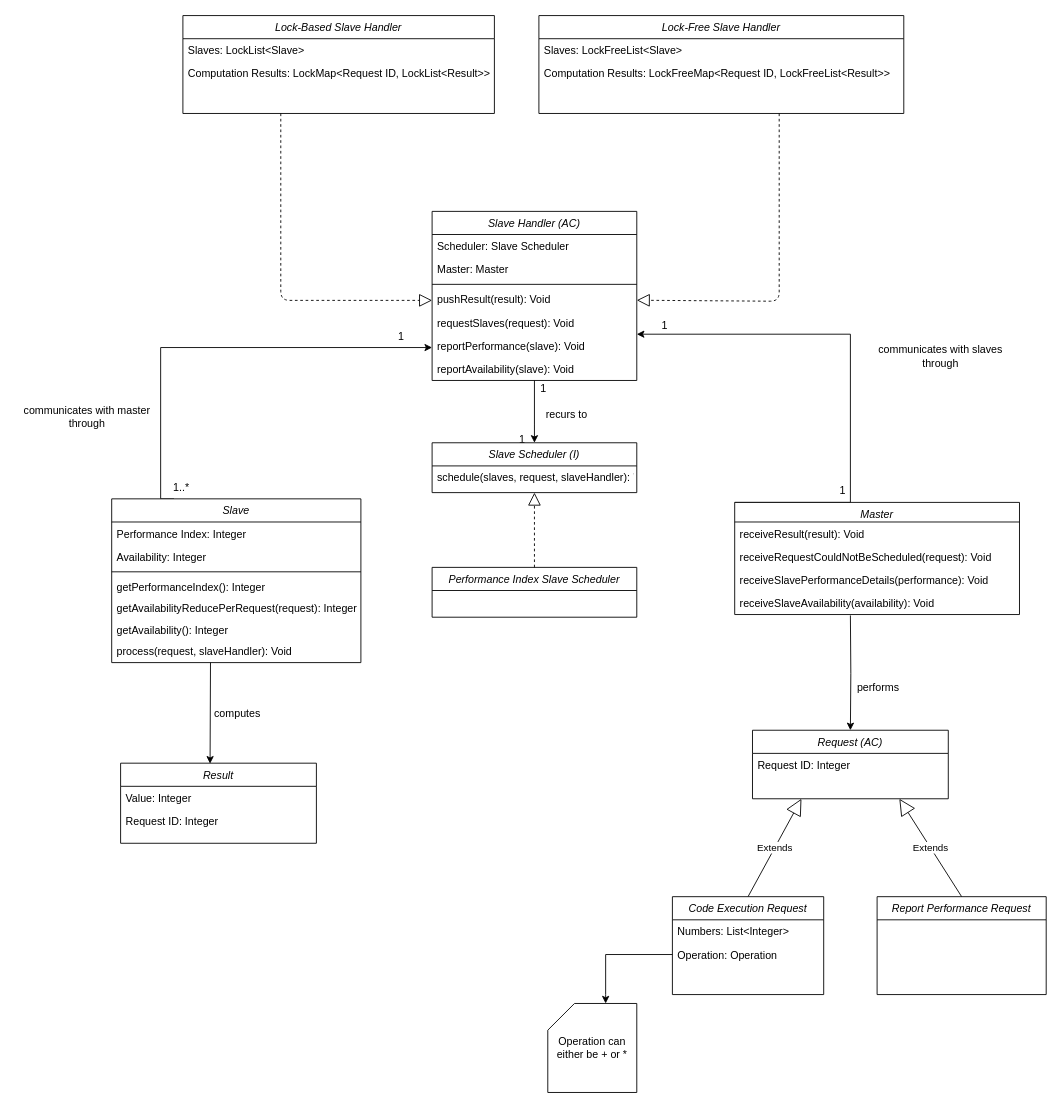
Earlier version of the draw.io diagram diagrams/src/domain.drawio (freitzzz/SOCOF19-20-G5). Source tidied: cells renumbered, new cells numbered last; positions are measured from the earlier drawing's top-left corner, leaving out a move shared by most shapes. Both pictures are drawn from the tidied source at 89%, with x=0, y=0 at pixel (111, 15).
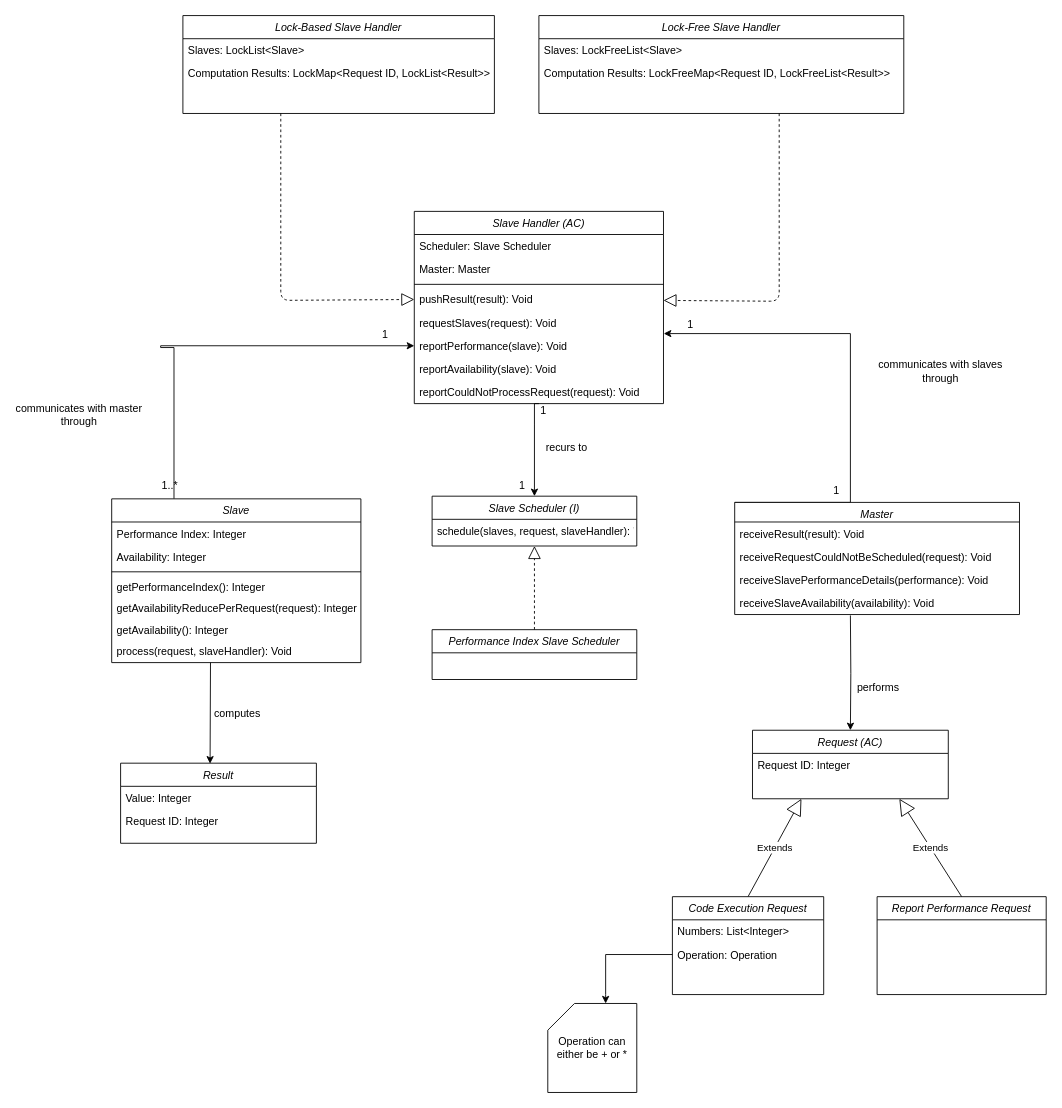
The same diagram, later.

Commit message (it also covers changes not shown here):
Updated domain model diagram to include the behavior of reporting that a slave could not process a request

The change refers to these unchanged cells:
```xml
<mxCell id="40" value="Slave" style="swimlane;fontStyle=2;align=center;verticalAlign=top;horizontal=1;startSize=26;rounded=0;shadow=0;strokeWidth=1;" parent="1" vertex="1">
  <mxGeometry y="543" width="280" height="184" as="geometry" />
</mxCell>
<mxCell id="48" value="Master" style="swimlane;fontStyle=2;align=center;verticalAlign=top;horizontal=1;startSize=22;rounded=0;shadow=0;strokeWidth=1;" parent="1" vertex="1">
  <mxGeometry x="700" y="547" width="320" height="126" as="geometry" />
</mxCell>
```

Diff of the diagram source:
```diff
@@
-    <mxCell id="2" style="edgeStyle=orthogonalEdgeStyle;rounded=0;jettySize=auto;html=1;exitX=0.25;exitY=0;exitDx=0;exitDy=0;" parent="1" edge="1" source="40">
+    <mxCell id="2" style="edgeStyle=orthogonalEdgeStyle;rounded=0;jettySize=auto;html=1;exitX=0.25;exitY=0;exitDx=0;exitDy=0;entryX=0;entryY=0.5;entryDx=0;entryDy=0;" parent="1" edge="1" source="40" target="24">
       <mxGeometry relative="1" as="geometry">
-        <mxPoint x="360" y="373" as="targetPoint" />
         <Array as="points">
+          <mxPoint x="70" y="373" />
           <mxPoint x="55" y="373" />
+          <mxPoint x="55" y="371" />
         </Array>
       </mxGeometry>
     </mxCell>
@@
-    <mxCell id="6" style="edgeStyle=orthogonalEdgeStyle;rounded=0;jettySize=auto;html=1;exitX=0;exitY=0;exitDx=0;exitDy=0;" parent="1" edge="1" source="48">
+    <mxCell id="6" style="edgeStyle=orthogonalEdgeStyle;rounded=0;jettySize=auto;html=1;exitX=0;exitY=0;exitDx=0;exitDy=0;entryX=1.001;entryY=-0.026;entryDx=0;entryDy=0;entryPerimeter=0;" parent="1" edge="1" source="48" target="24">
       <mxGeometry relative="1" as="geometry">
-        <mxPoint x="590" y="358" as="targetPoint" />
         <Array as="points">
           <mxPoint x="830" y="547" />
-          <mxPoint x="830" y="358" />
+          <mxPoint x="830" y="357" />
         </Array>
       </mxGeometry>
     </mxCell>
@@
     <mxCell id="18" value="Slave Handler (AC)" style="swimlane;fontStyle=2;align=center;verticalAlign=top;horizontal=1;startSize=26;rounded=0;shadow=0;strokeWidth=1;" parent="1" vertex="1">
-      <mxGeometry x="360" y="220" width="230" height="190" as="geometry" />
+      <mxGeometry x="340" y="220" width="280" height="216" as="geometry" />
     </mxCell>
     <mxCell id="19" value="Scheduler: Slave Scheduler" style="text;align=left;verticalAlign=top;spacingLeft=4;spacingRight=4;overflow=hidden;rounded=0;shadow=0;html=0;" parent="18" vertex="1">
-      <mxGeometry y="26" width="230" height="26" as="geometry" />
+      <mxGeometry y="26" width="280" height="26" as="geometry" />
     </mxCell>
     <mxCell id="20" value="Master: Master" style="text;align=left;verticalAlign=top;spacingLeft=4;spacingRight=4;overflow=hidden;rounded=0;shadow=0;html=0;" parent="18" vertex="1">
-      <mxGeometry y="52" width="230" height="26" as="geometry" />
+      <mxGeometry y="52" width="280" height="26" as="geometry" />
     </mxCell>
     <mxCell id="21" style="line;html=1;strokeWidth=1;align=left;verticalAlign=middle;spacingTop=-1;spacingLeft=3;spacingRight=3;labelPosition=right;" parent="18" vertex="1">
-      <mxGeometry y="78" width="230" height="8" as="geometry" />
+      <mxGeometry y="78" width="280" height="8" as="geometry" />
     </mxCell>
     <mxCell id="22" value="pushResult(result): Void" style="text;align=left;verticalAlign=top;spacingLeft=4;spacingRight=4;overflow=hidden;points=[[0,0.5],[1,0.5]];portConstraint=eastwest;rounded=0;shadow=0;html=0;" parent="18" vertex="1">
-      <mxGeometry y="86" width="230" height="26" as="geometry" />
+      <mxGeometry y="86" width="280" height="26" as="geometry" />
     </mxCell>
     <mxCell id="23" value="requestSlaves(request): Void" style="text;align=left;verticalAlign=top;spacingLeft=4;spacingRight=4;overflow=hidden;rounded=0;shadow=0;html=0;" parent="18" vertex="1">
-      <mxGeometry y="112" width="230" height="26" as="geometry" />
+      <mxGeometry y="112" width="280" height="26" as="geometry" />
     </mxCell>
     <mxCell id="24" value="reportPerformance(slave): Void" style="text;align=left;verticalAlign=top;spacingLeft=4;spacingRight=4;overflow=hidden;points=[[0,0.5],[1,0.5]];portConstraint=eastwest;rounded=0;shadow=0;html=0;" parent="18" vertex="1">
-      <mxGeometry y="138" width="230" height="26" as="geometry" />
+      <mxGeometry y="138" width="280" height="26" as="geometry" />
     </mxCell>
     <mxCell id="25" value="reportAvailability(slave): Void" style="text;align=left;verticalAlign=top;spacingLeft=4;spacingRight=4;overflow=hidden;rounded=0;shadow=0;html=0;" parent="18" vertex="1">
-      <mxGeometry y="164" width="230" height="26" as="geometry" />
+      <mxGeometry y="164" width="280" height="26" as="geometry" />
     </mxCell>
+    <mxCell id="64" value="reportCouldNotProcessRequest(request): Void" style="text;align=left;verticalAlign=top;spacingLeft=4;spacingRight=4;overflow=hidden;rounded=0;shadow=0;html=0;" parent="18" vertex="1">
+      <mxGeometry y="190" width="280" height="26" as="geometry" />
+    </mxCell>
@@
-    <mxCell id="32" value="Slave Scheduler (I)" style="swimlane;fontStyle=2;align=center;verticalAlign=top;horizontal=1;startSize=26;rounded=0;shadow=0;strokeWidth=1;" parent="1" vertex="1">
-      <mxGeometry x="360" y="480" width="230" height="56" as="geometry" />
-    </mxCell>
-    <mxCell id="33" value="schedule(slaves, request, slaveHandler): Void" style="text;align=left;verticalAlign=top;spacingLeft=4;spacingRight=4;overflow=hidden;rounded=0;shadow=0;html=0;" parent="32" vertex="1">
-      <mxGeometry y="26" width="230" height="26" as="geometry" />
-    </mxCell>
-    <mxCell id="34" value="Performance Index Slave Scheduler" style="swimlane;fontStyle=2;align=center;verticalAlign=top;horizontal=1;startSize=26;rounded=0;shadow=0;strokeWidth=1;" parent="1" vertex="1">
-      <mxGeometry x="360" y="620" width="230" height="56" as="geometry" />
-    </mxCell>
@@
-    <mxCell id="37" style="endArrow=block;dashed=1;endFill=0;endSize=12;html=1;" parent="1" edge="1">
+    <mxCell id="37" style="endArrow=block;dashed=1;endFill=0;endSize=12;html=1;entryX=0;entryY=0.5;entryDx=0;entryDy=0;" parent="1" edge="1" target="22">
       <mxGeometry relative="1" as="geometry">
         <mxPoint x="190" y="110" as="sourcePoint" />
-        <mxPoint x="360" y="320" as="targetPoint" />
         <Array as="points">
           <mxPoint x="190" y="320" />
         </Array>
       </mxGeometry>
     </mxCell>
@@
+    <mxCell id="34" value="Performance Index Slave Scheduler" style="swimlane;fontStyle=2;align=center;verticalAlign=top;horizontal=1;startSize=26;rounded=0;shadow=0;strokeWidth=1;" parent="1" vertex="1">
+      <mxGeometry x="360" y="690" width="230" height="56" as="geometry" />
+    </mxCell>
+    <mxCell id="32" value="Slave Scheduler (I)" style="swimlane;fontStyle=2;align=center;verticalAlign=top;horizontal=1;startSize=26;rounded=0;shadow=0;strokeWidth=1;" parent="1" vertex="1">
+      <mxGeometry x="360" y="540" width="230" height="56" as="geometry" />
+    </mxCell>
+    <mxCell id="33" value="schedule(slaves, request, slaveHandler): Void" style="text;align=left;verticalAlign=top;spacingLeft=4;spacingRight=4;overflow=hidden;rounded=0;shadow=0;html=0;" parent="32" vertex="1">
+      <mxGeometry y="26" width="230" height="26" as="geometry" />
+    </mxCell>
```
